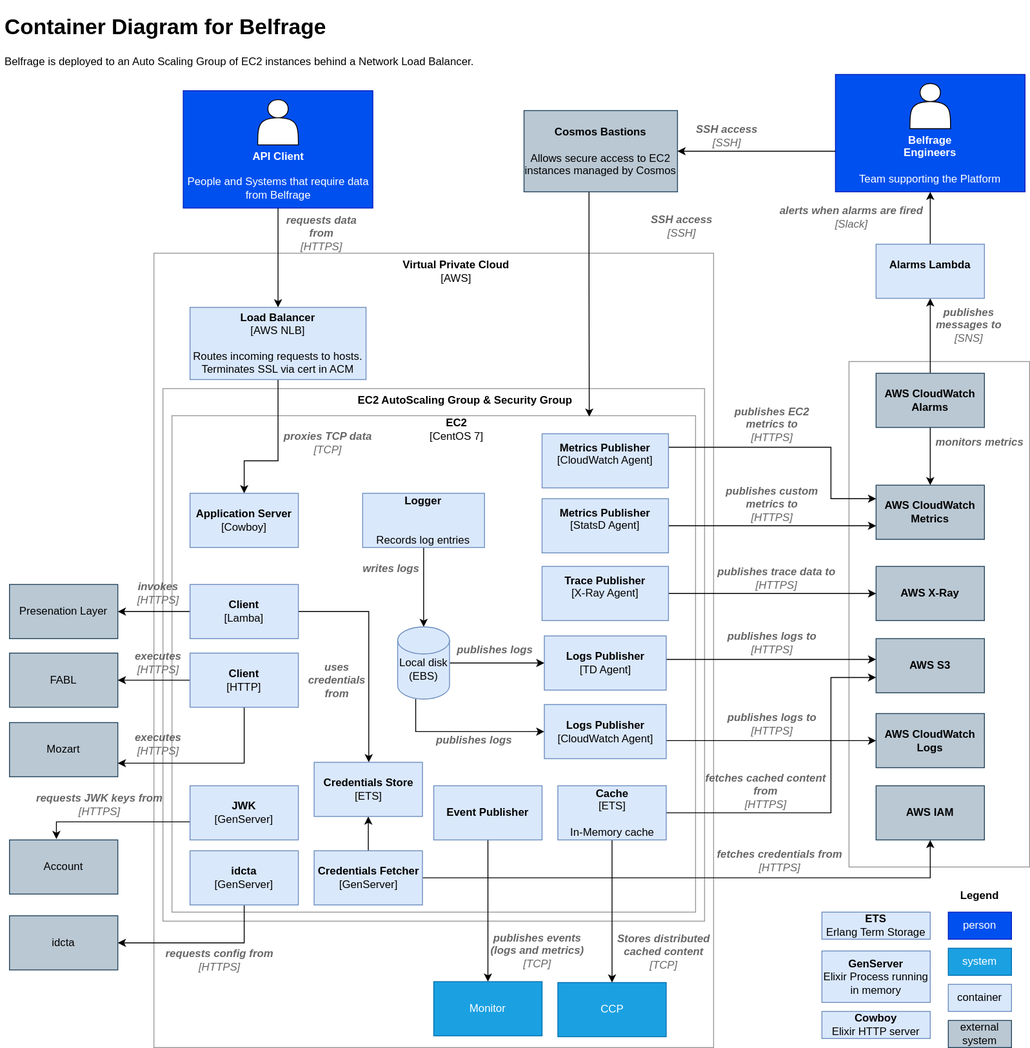
Above: docs/img/architecture/c4-level-2.svg in tracy-o/learning-day (draw.io), before the change. Source tidied: cells renumbered, new cells last; positions are measured from the earlier drawing's top-left corner, leaving out a move shared by most shapes.
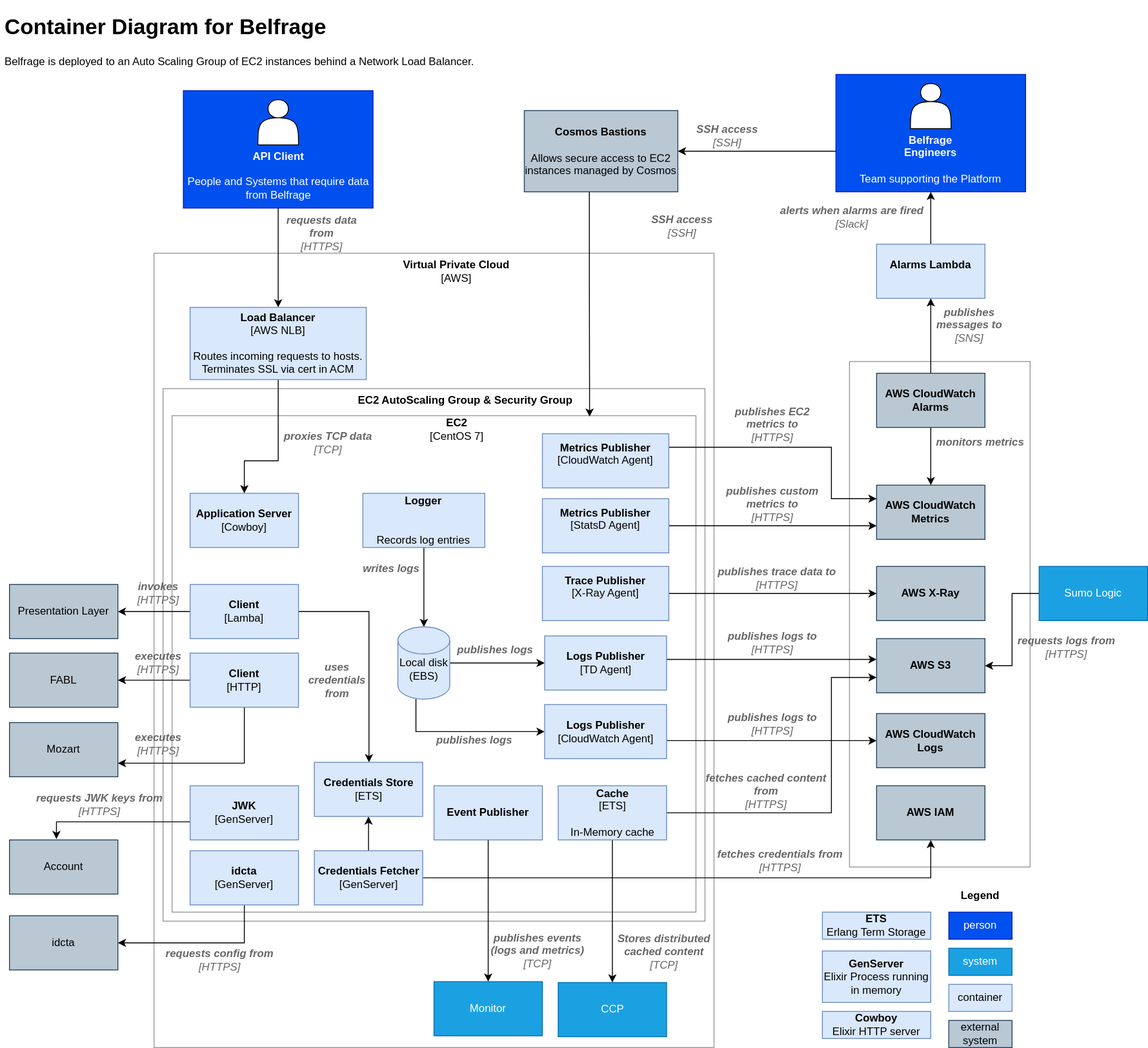
Later version of the same file.

Commit message:
Add Sumo Logic to the Level 2 C4 Diagram

What changed in the source:
```diff
@@ -157,7 +157,7 @@
     <mxCell id="43" value="&lt;i&gt;&lt;font color=&quot;#666666&quot;&gt;&lt;b&gt;fetches cached content from&lt;/b&gt;&lt;br&gt;[HTTPS]&lt;/font&gt;&lt;/i&gt;" style="text;html=1;strokeColor=none;fillColor=none;align=center;verticalAlign=middle;whiteSpace=wrap;rounded=0;" parent="1" vertex="1">
       <mxGeometry x="772" y="850" width="152" height="31" as="geometry" />
     </mxCell>
-    <mxCell id="44" value="Presenation Layer" style="rounded=0;whiteSpace=wrap;html=1;fillColor=#bac8d3;strokeColor=#23445d;" parent="1" vertex="1">
+    <mxCell id="44" value="Presentation Layer" style="rounded=0;whiteSpace=wrap;html=1;fillColor=#bac8d3;strokeColor=#23445d;" parent="1" vertex="1">
       <mxGeometry x="10" y="637" width="120" height="60" as="geometry" />
     </mxCell>
     <mxCell id="45" value="FABL" style="rounded=0;whiteSpace=wrap;html=1;fillColor=#bac8d3;strokeColor=#23445d;" parent="1" vertex="1">
@@ -377,5 +377,14 @@
     <mxCell id="106" value="&lt;i&gt;&lt;font color=&quot;#666666&quot;&gt;&lt;b&gt;uses credentials from&lt;/b&gt;&lt;/font&gt;&lt;/i&gt;" style="text;html=1;strokeColor=none;fillColor=none;align=center;verticalAlign=middle;whiteSpace=wrap;rounded=0;" parent="1" vertex="1">
       <mxGeometry x="332.5" y="728" width="80" height="30" as="geometry" />
     </mxCell>
+    <mxCell id="107" style="edgeStyle=orthogonalEdgeStyle;rounded=0;jettySize=auto;html=1;entryX=1;entryY=0.5;entryDx=0;entryDy=0;" parent="1" edge="1" source="108" target="30">
+      <mxGeometry relative="1" as="geometry" />
+    </mxCell>
+    <mxCell id="108" value="Sumo Logic" style="rounded=0;whiteSpace=wrap;html=1;fillColor=#1ba1e2;strokeColor=#006EAF;fontColor=#ffffff;" parent="1" vertex="1">
+      <mxGeometry x="1150" y="617" width="120" height="60" as="geometry" />
+    </mxCell>
+    <mxCell id="109" value="&lt;i&gt;&lt;font color=&quot;#666666&quot;&gt;&lt;b&gt;requests logs from&lt;/b&gt;&lt;br&gt;[HTTPS]&lt;br&gt;&lt;/font&gt;&lt;/i&gt;" style="text;html=1;strokeColor=none;fillColor=none;align=center;verticalAlign=middle;whiteSpace=wrap;rounded=0;" parent="1" vertex="1">
+      <mxGeometry x="1119" y="697" width="123" height="20" as="geometry" />
+    </mxCell>
   </root>
 </mxGraphModel>
```
